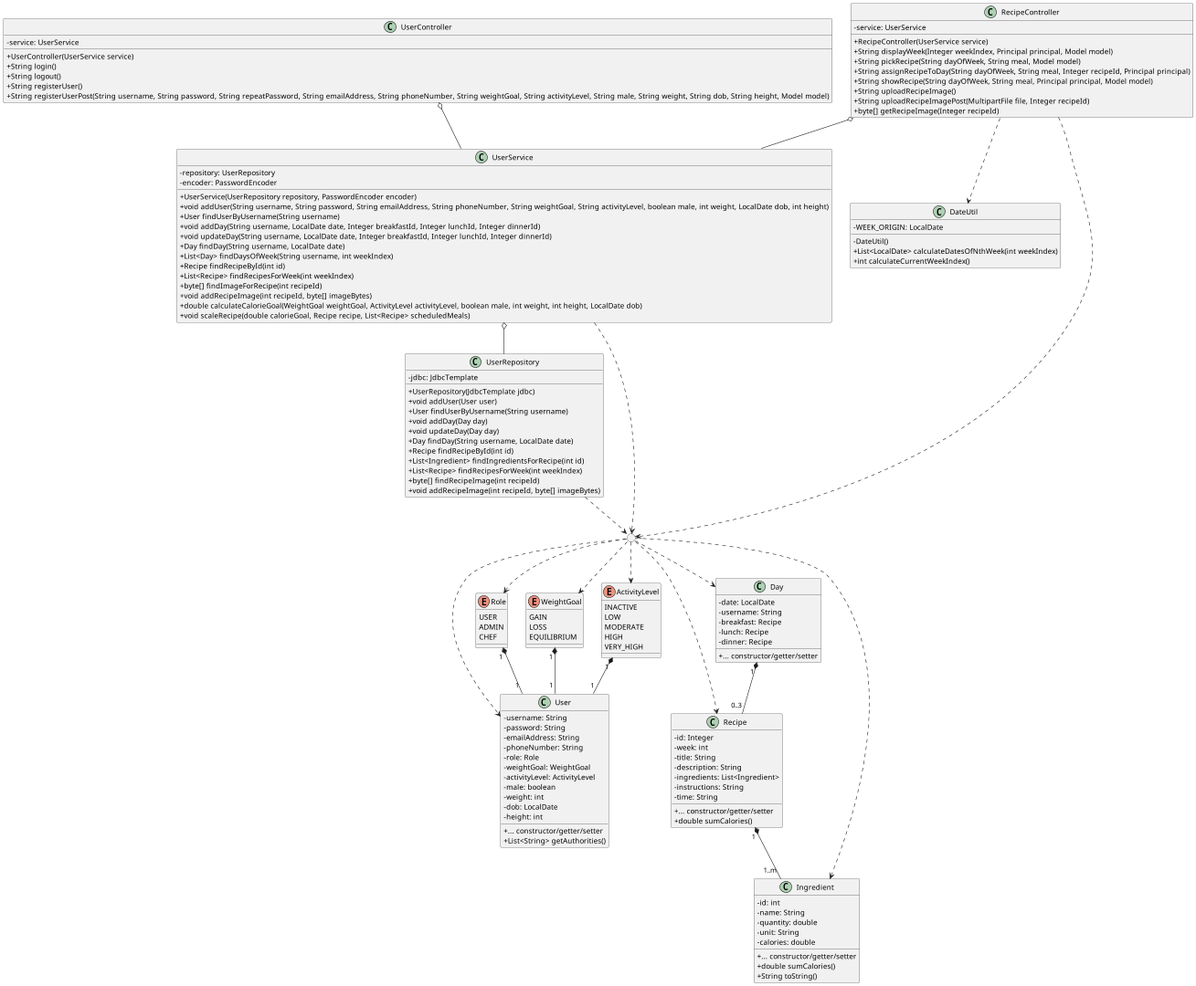
sofush/kostplan keeps this PlantUML diagram as diagram/class-diagram.png. Above is the earlier version.
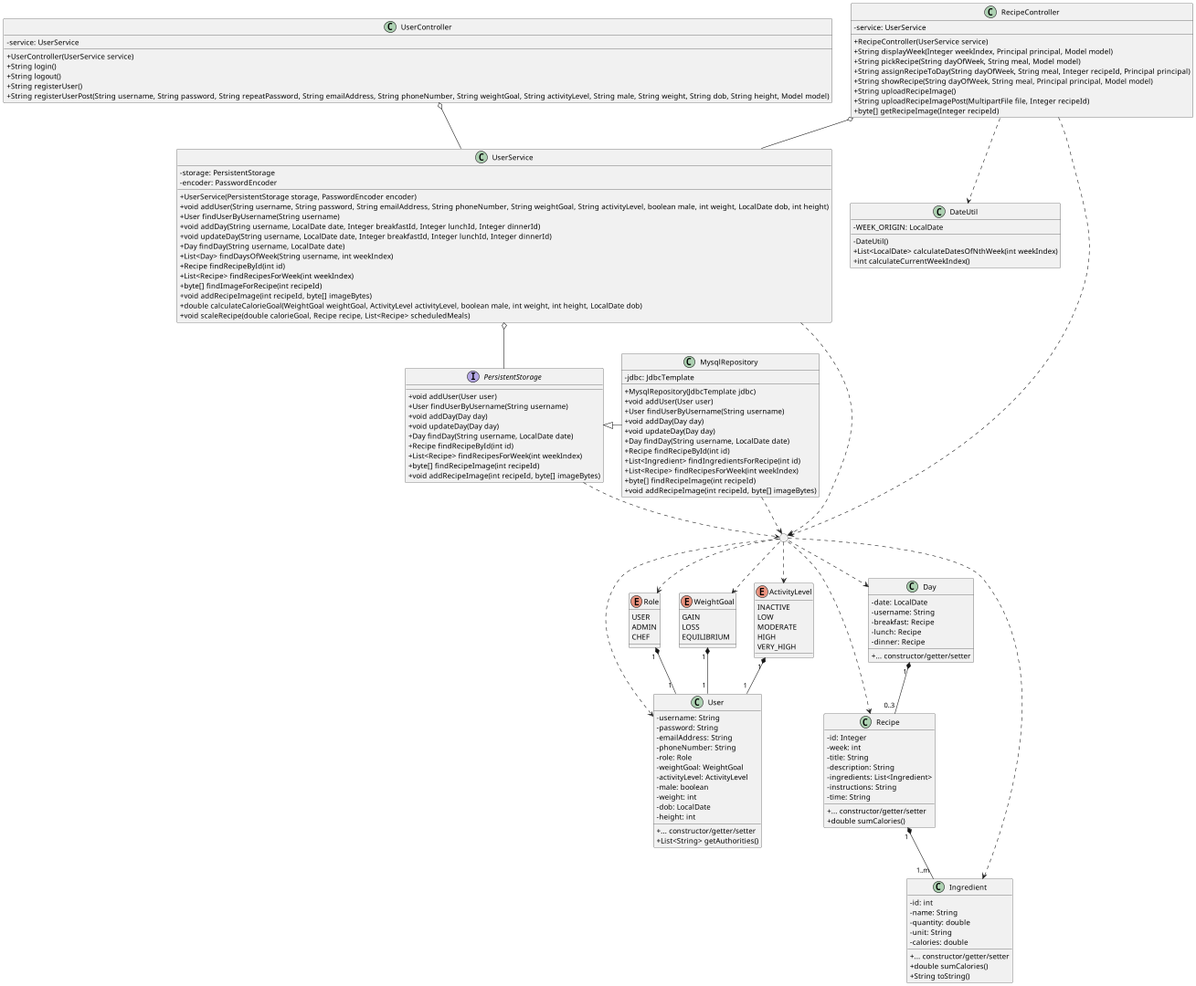
After the commit.

Commit message:
feat: add PersistentStorage interface

Change to the diagram source:
```diff
@@ -82,9 +82,9 @@
 	+ byte[] getRecipeImage(Integer recipeId)
 }
 class UserService {
-	- repository: UserRepository
+	- storage: PersistentStorage
 	- encoder: PasswordEncoder
-	+ UserService(UserRepository repository, PasswordEncoder encoder)
+	+ UserService(PersistentStorage storage, PasswordEncoder encoder)
 	+ void addUser(String username, String password, String emailAddress, String phoneNumber, String weightGoal, String activityLevel, boolean male, int weight, LocalDate dob, int height)
 	+ User findUserByUsername(String username)
 	+ void addDay(String username, LocalDate date, Integer breakfastId, Integer lunchId, Integer dinnerId)
@@ -98,9 +98,9 @@
 	+ double calculateCalorieGoal(WeightGoal weightGoal, ActivityLevel activityLevel, boolean male, int weight, int height, LocalDate dob)
 	+ void scaleRecipe(double calorieGoal, Recipe recipe, List<Recipe> scheduledMeals)
 }
-class UserRepository {
+class MysqlRepository {
 	- jdbc: JdbcTemplate
-	+ UserRepository(JdbcTemplate jdbc)
+	+ MysqlRepository(JdbcTemplate jdbc)
 	+ void addUser(User user)
 	+ User findUserByUsername(String username)
 	+ void addDay(Day day)
@@ -108,6 +108,17 @@
 	+ Day findDay(String username, LocalDate date)
 	+ Recipe findRecipeById(int id)
 	+ List<Ingredient> findIngredientsForRecipe(int id)
+	+ List<Recipe> findRecipesForWeek(int weekIndex)
+	+ byte[] findRecipeImage(int recipeId)
+	+ void addRecipeImage(int recipeId, byte[] imageBytes)
+}
+interface PersistentStorage {
+	+ void addUser(User user)
+	+ User findUserByUsername(String username)
+	+ void addDay(Day day)
+	+ void updateDay(Day day)
+	+ Day findDay(String username, LocalDate date)
+	+ Recipe findRecipeById(int id)
 	+ List<Recipe> findRecipesForWeek(int weekIndex)
 	+ byte[] findRecipeImage(int recipeId)
 	+ void addRecipeImage(int recipeId, byte[] imageBytes)
@@ -122,8 +133,9 @@
 circle " " as entities
 
 UserController o-- UserService
-UserService o-- UserRepository
+UserService o-- PersistentStorage
 RecipeController o-- UserService
+PersistentStorage <|- MysqlRepository
 
 RecipeController ..> DateUtil
 
@@ -141,7 +153,8 @@
 Recipe " 1 " *-- " 1..m " Ingredient
 RecipeController ..> entities
 UserService ..> entities
-UserRepository ..> entities
+MysqlRepository ..> entities
+PersistentStorage ..> entities
 
 User -r[hidden]-- Recipe
 @enduml
```
